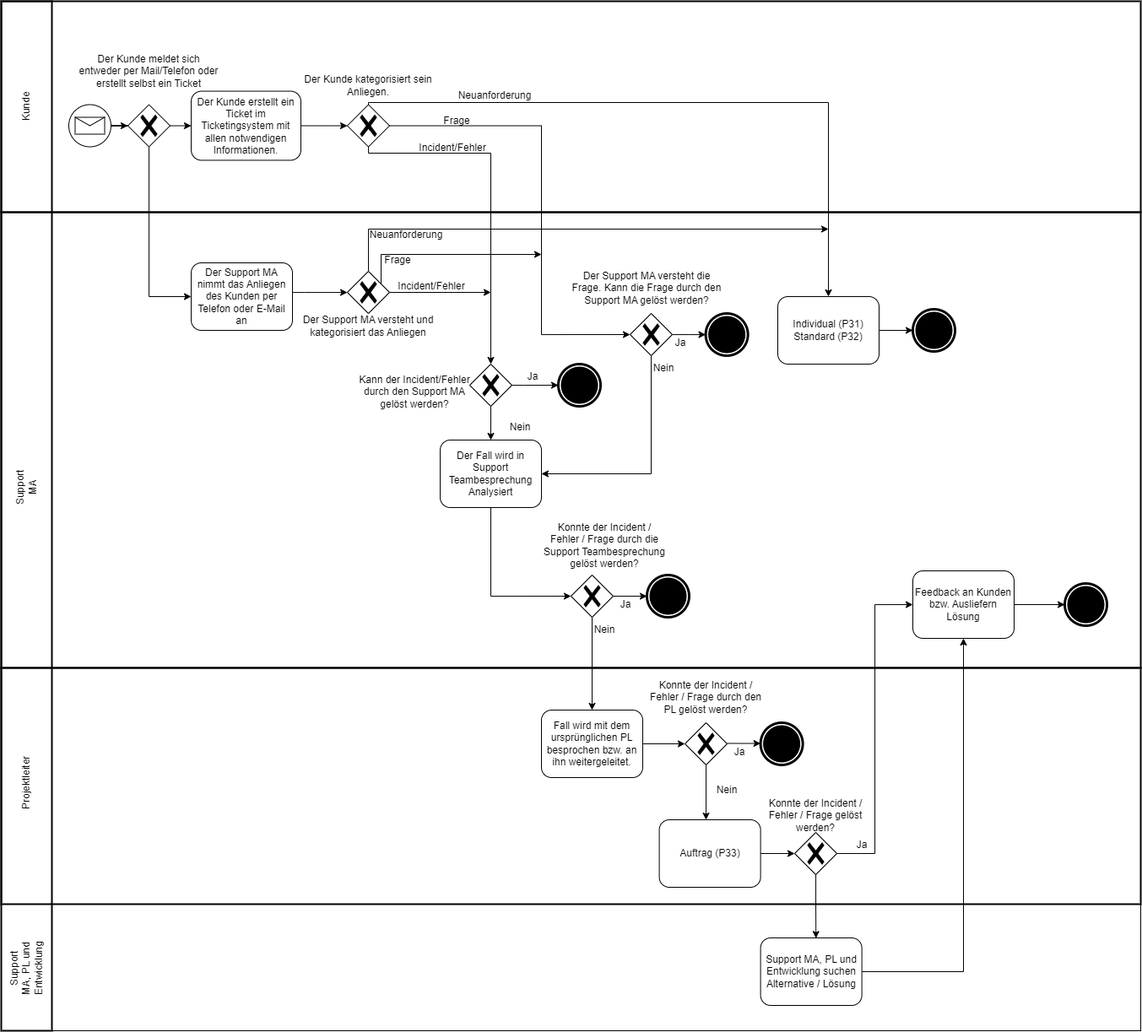
Mario-Soller/M254 keeps this draw.io diagram as Diagramme/bpmn_soll.drawio.png. Above is the earlier version. Source tidied: cells renumbered, new cells last; positions are measured from the earlier drawing's top-left corner, leaving out a move shared by most shapes.
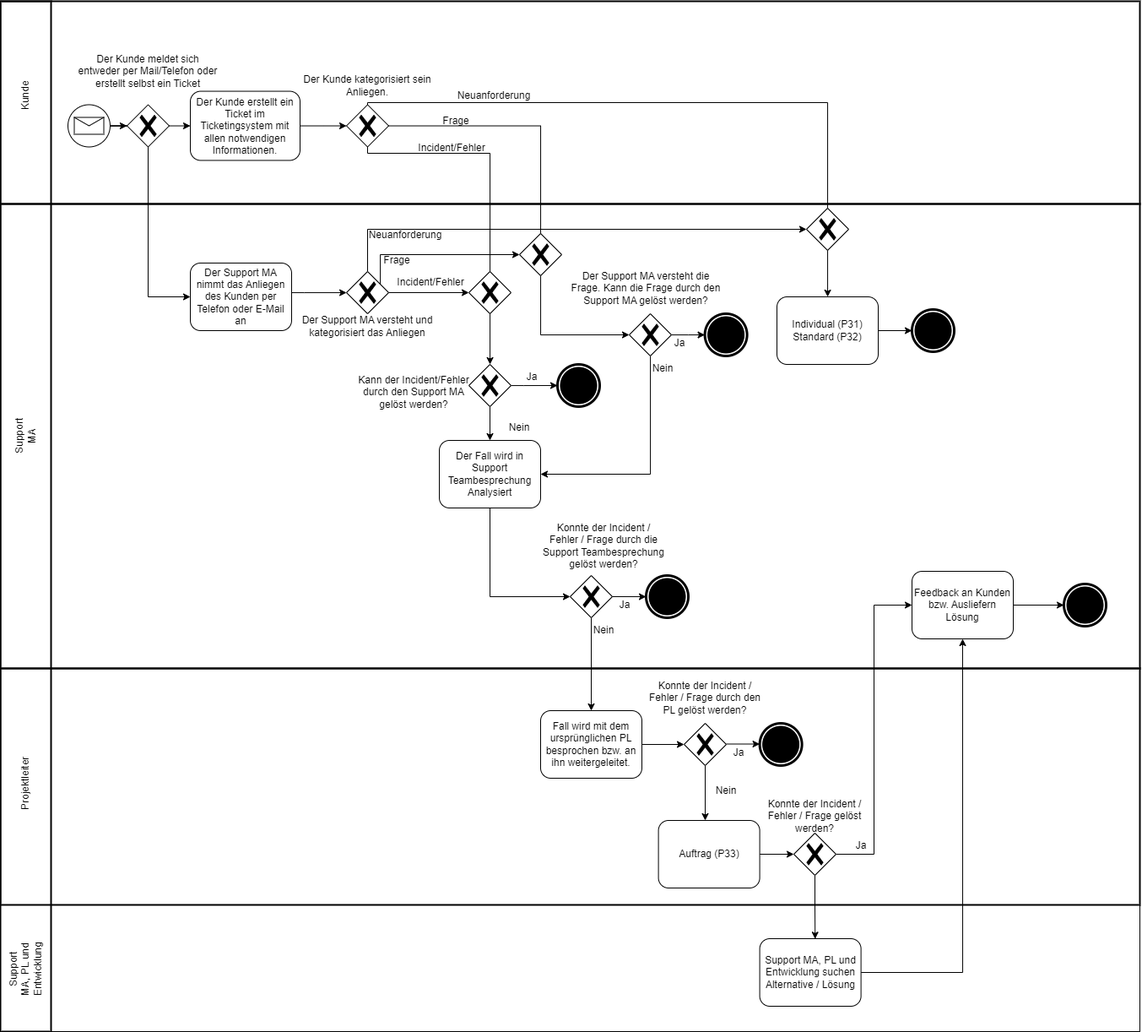
After the change.

What changed in the source:
```diff
@@ -3,7 +3,7 @@
     <mxCell id="0" />
     <mxCell id="1" parent="0" />
     <mxCell id="2" style="rounded=0;whiteSpace=wrap;html=1;fillColor=none;strokeWidth=2;" parent="1" vertex="1">
-      <mxGeometry width="1350" height="250" as="geometry" />
+      <mxGeometry width="1350" height="240" as="geometry" />
     </mxCell>
     <mxCell id="3" style="rounded=0;whiteSpace=wrap;html=1;fillColor=none;" parent="1" vertex="1">
       <mxGeometry y="1070" width="1350" height="150" as="geometry" />
@@ -12,7 +12,7 @@
       <mxGeometry y="790" width="1350" height="280" as="geometry" />
     </mxCell>
     <mxCell id="5" style="rounded=0;whiteSpace=wrap;html=1;fillColor=none;strokeWidth=2;" parent="1" vertex="1">
-      <mxGeometry y="250" width="1350" height="540" as="geometry" />
+      <mxGeometry y="240" width="1350" height="550" as="geometry" />
     </mxCell>
     <mxCell id="6" value="Ja" style="text;html=1;strokeColor=none;fillColor=none;align=center;verticalAlign=middle;whiteSpace=wrap;rounded=0;" parent="1" vertex="1">
       <mxGeometry x="600" y="430" width="60" height="30" as="geometry" />
@@ -197,7 +197,7 @@
       <mxGeometry width="60" height="1220" as="geometry" />
     </mxCell>
     <mxCell id="59" value="Support MA" style="text;html=1;strokeColor=none;fillColor=none;align=center;verticalAlign=middle;whiteSpace=wrap;rounded=0;direction=east;rotation=270;" parent="1" vertex="1">
-      <mxGeometry y="561.2" width="60" height="30" as="geometry" />
+      <mxGeometry y="500" width="60" height="30" as="geometry" />
     </mxCell>
     <mxCell id="60" value="Projektleiter" style="text;html=1;strokeColor=none;fillColor=none;align=center;verticalAlign=middle;whiteSpace=wrap;rounded=0;direction=east;rotation=270;" parent="1" vertex="1">
       <mxGeometry y="911.2" width="60" height="30" as="geometry" />
@@ -206,7 +206,7 @@
       <mxGeometry y="1131.2" width="60" height="30" as="geometry" />
     </mxCell>
     <mxCell id="62" value="Kunde" style="text;html=1;strokeColor=none;fillColor=none;align=center;verticalAlign=middle;whiteSpace=wrap;rounded=0;direction=east;rotation=270;" parent="1" vertex="1">
-      <mxGeometry y="110" width="60" height="30" as="geometry" />
+      <mxGeometry y="96.9" width="60" height="30" as="geometry" />
     </mxCell>
     <mxCell id="63" style="edgeStyle=orthogonalEdgeStyle;rounded=0;jettySize=auto;html=1;entryX=0;entryY=0.5;entryDx=0;entryDy=0;entryPerimeter=0;" parent="1" edge="1" source="64" target="84">
       <mxGeometry relative="1" as="geometry" />
@@ -265,29 +265,23 @@
     <mxCell id="74" value="Der Support MA versteht und kategorisiert das Anliegen" style="text;html=1;strokeColor=none;fillColor=none;align=center;verticalAlign=middle;whiteSpace=wrap;rounded=0;" parent="1" vertex="1">
       <mxGeometry x="350" y="365" width="170" height="40" as="geometry" />
     </mxCell>
-    <mxCell id="75" style="edgeStyle=orthogonalEdgeStyle;rounded=0;jettySize=auto;html=1;exitX=0.5;exitY=0;exitDx=0;exitDy=0;exitPerimeter=0;" parent="1" edge="1" source="78">
+    <mxCell id="75" style="edgeStyle=orthogonalEdgeStyle;rounded=0;jettySize=auto;html=1;exitX=0.5;exitY=0;exitDx=0;exitDy=0;exitPerimeter=0;entryX=0;entryY=0.5;entryDx=0;entryDy=0;entryPerimeter=0;" parent="1" edge="1" source="78" target="88">
       <mxGeometry relative="1" as="geometry">
-        <mxPoint x="980" y="270" as="targetPoint" />
         <Array as="points">
           <mxPoint x="435" y="270" />
-          <mxPoint x="980" y="270" />
         </Array>
       </mxGeometry>
     </mxCell>
-    <mxCell id="76" style="edgeStyle=orthogonalEdgeStyle;rounded=0;jettySize=auto;html=1;exitX=1;exitY=0.5;exitDx=0;exitDy=0;exitPerimeter=0;" parent="1" edge="1" source="78">
+    <mxCell id="76" style="edgeStyle=orthogonalEdgeStyle;rounded=0;jettySize=auto;html=1;exitX=1;exitY=0.5;exitDx=0;exitDy=0;exitPerimeter=0;entryX=0;entryY=0.5;entryDx=0;entryDy=0;entryPerimeter=0;" parent="1" edge="1" source="78" target="87">
       <mxGeometry relative="1" as="geometry">
-        <mxPoint x="640" y="300" as="targetPoint" />
         <Array as="points">
           <mxPoint x="450" y="345" />
           <mxPoint x="450" y="300" />
-          <mxPoint x="640" y="300" />
         </Array>
       </mxGeometry>
     </mxCell>
-    <mxCell id="77" style="edgeStyle=orthogonalEdgeStyle;rounded=0;jettySize=auto;html=1;" parent="1" edge="1" source="78">
-      <mxGeometry relative="1" as="geometry">
-        <mxPoint x="580" y="345" as="targetPoint" />
-      </mxGeometry>
+    <mxCell id="77" style="edgeStyle=orthogonalEdgeStyle;rounded=0;jettySize=auto;html=1;entryX=0;entryY=0.5;entryDx=0;entryDy=0;entryPerimeter=0;" parent="1" edge="1" source="78" target="86">
+      <mxGeometry relative="1" as="geometry" />
     </mxCell>
     <mxCell id="78" style="points=[[0.25,0.25,0],[0.5,0,0],[0.75,0.25,0],[1,0.5,0],[0.75,0.75,0],[0.5,1,0],[0.25,0.75,0],[0,0.5,0]];shape=mxgraph.bpmn.gateway2;html=1;verticalLabelPosition=bottom;labelBackgroundColor=#ffffff;verticalAlign=top;align=center;perimeter=rhombusPerimeter;outlineConnect=0;outline=none;symbol=none;gwType=exclusive;" parent="1" vertex="1">
       <mxGeometry x="410" y="320" width="50" height="50" as="geometry" />
@@ -299,7 +293,7 @@
       <mxGeometry x="440" y="292" width="60" height="30" as="geometry" />
     </mxCell>
     <mxCell id="81" value="Incident/Fehler" style="text;html=1;strokeColor=none;fillColor=none;align=center;verticalAlign=middle;whiteSpace=wrap;rounded=0;rotation=0;" parent="1" vertex="1">
-      <mxGeometry x="460" y="320" width="100" height="35" as="geometry" />
+      <mxGeometry x="460" y="315" width="100" height="35" as="geometry" />
     </mxCell>
     <mxCell id="82" style="edgeStyle=orthogonalEdgeStyle;rounded=0;jettySize=auto;html=1;" parent="1" edge="1" source="84" target="66">
       <mxGeometry relative="1" as="geometry" />
@@ -317,5 +311,14 @@
     <mxCell id="85" value="Der Kunde meldet sich entweder per Mail/Telefon oder erstellt selbst ein Ticket" style="text;html=1;strokeColor=none;fillColor=none;align=center;verticalAlign=middle;whiteSpace=wrap;rounded=0;" parent="1" vertex="1">
       <mxGeometry x="90" y="63.1" width="170" height="40" as="geometry" />
     </mxCell>
+    <mxCell id="86" style="points=[[0.25,0.25,0],[0.5,0,0],[0.75,0.25,0],[1,0.5,0],[0.75,0.75,0],[0.5,1,0],[0.25,0.75,0],[0,0.5,0]];shape=mxgraph.bpmn.gateway2;html=1;verticalLabelPosition=bottom;labelBackgroundColor=#ffffff;verticalAlign=top;align=center;perimeter=rhombusPerimeter;outlineConnect=0;outline=none;symbol=none;gwType=exclusive;" parent="1" vertex="1">
+      <mxGeometry x="555" y="320" width="50" height="50" as="geometry" />
+    </mxCell>
+    <mxCell id="87" style="points=[[0.25,0.25,0],[0.5,0,0],[0.75,0.25,0],[1,0.5,0],[0.75,0.75,0],[0.5,1,0],[0.25,0.75,0],[0,0.5,0]];shape=mxgraph.bpmn.gateway2;html=1;verticalLabelPosition=bottom;labelBackgroundColor=#ffffff;verticalAlign=top;align=center;perimeter=rhombusPerimeter;outlineConnect=0;outline=none;symbol=none;gwType=exclusive;" parent="1" vertex="1">
+      <mxGeometry x="615" y="275" width="50" height="50" as="geometry" />
+    </mxCell>
+    <mxCell id="88" style="points=[[0.25,0.25,0],[0.5,0,0],[0.75,0.25,0],[1,0.5,0],[0.75,0.75,0],[0.5,1,0],[0.25,0.75,0],[0,0.5,0]];shape=mxgraph.bpmn.gateway2;html=1;verticalLabelPosition=bottom;labelBackgroundColor=#ffffff;verticalAlign=top;align=center;perimeter=rhombusPerimeter;outlineConnect=0;outline=none;symbol=none;gwType=exclusive;" parent="1" vertex="1">
+      <mxGeometry x="955" y="245" width="50" height="50" as="geometry" />
+    </mxCell>
   </root>
 </mxGraphModel>
```
